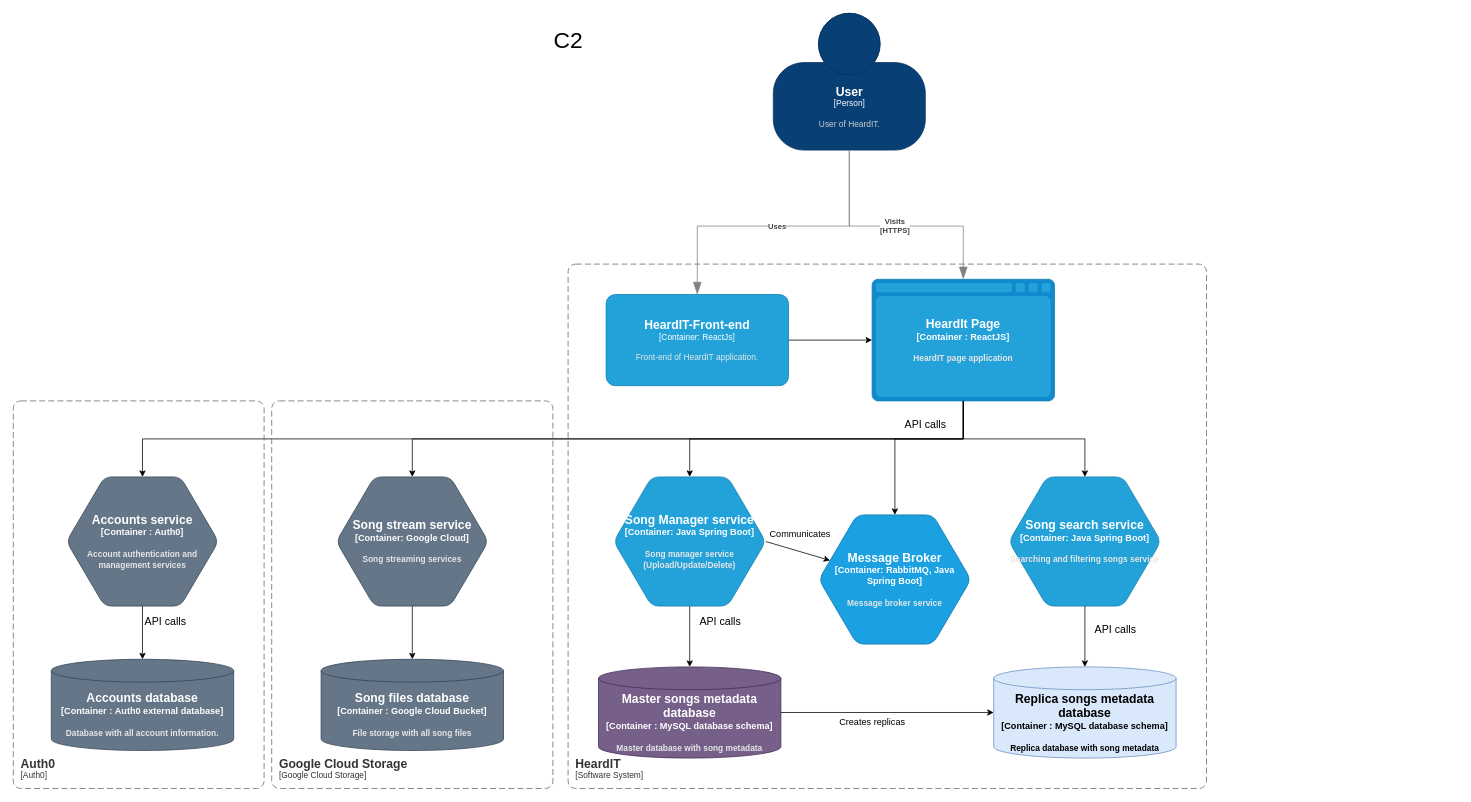
Jumorto/HeardIT keeps this draw.io diagram as Documentation/Diagrams/HeardITArchitecture(5).drawio. Above is the earlier version. Source tidied: cells renumbered, new cells numbered last; positions are measured from the earlier drawing's top-left corner, leaving out a move shared by most shapes. Both pictures are drawn from the tidied source at 76%, with x=0, y=0 at pixel (13, 13).
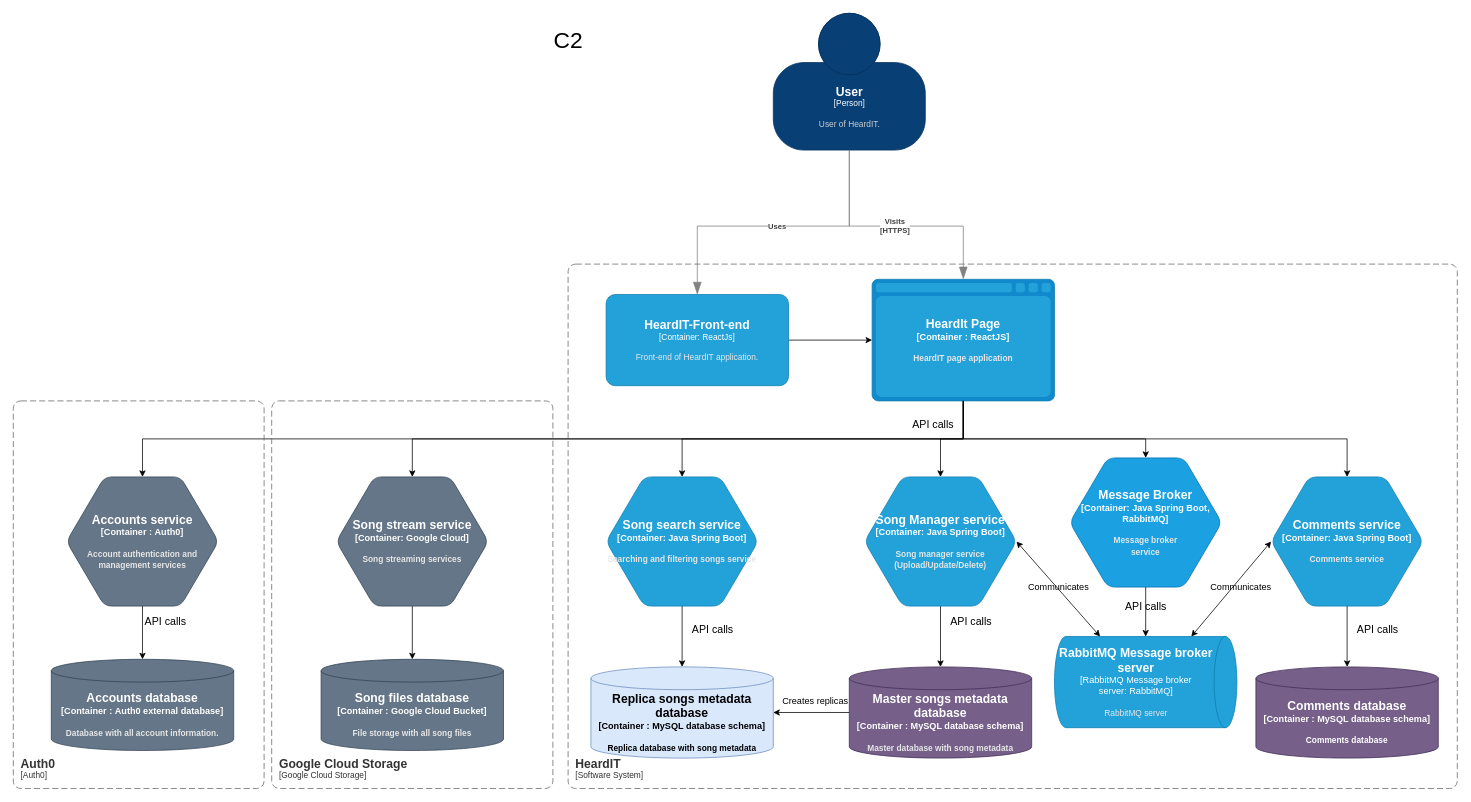
The same diagram, later.

Commit message (it also covers changes not shown here):
Architecture diagrams fixed

Unchanged cells that the change refers to:
```xml
<object id="8" label="&lt;font style=&quot;font-size: 16px&quot;&gt;&lt;b&gt;%c4Type%&lt;/font&gt;&lt;div&gt;[%c4Container%:&amp;nbsp;%c4Technology%]&lt;/div&gt;&lt;br&gt;&lt;div&gt;&lt;font style=&quot;font-size: 11px&quot;&gt;&lt;font color=&quot;#E6E6E6&quot;&gt;%c4Description%&lt;/font&gt;&lt;/div&gt;" c4Container="Container " c4Description="HeardIT page application" c4Technology="ReactJS" c4Type="HeardIt Page" placeholders="1">
  <mxCell style="shape=mxgraph.c4.webBrowserContainer;whiteSpace=wrap;html=1;boundedLbl=1;rounded=0;labelBackgroundColor=none;fillColor=#118ACD;fontSize=12;fontColor=#ffffff;align=center;strokeColor=#0E7DAD;points=[[0.5,0,0],[1,0.25,0],[1,0.5,0],[1,0.75,0],[0.5,1,0],[0,0.75,0],[0,0.5,0],[0,0.25,0]];" parent="1" vertex="1">
    <mxGeometry x="1130" y="350" width="240" height="160" as="geometry" />
  </mxCell>
</object>
```

What changed in the source:
```diff
@@
     <object id="5" label="&lt;font style=&quot;font-size: 16px&quot;&gt;&lt;b&gt;&lt;div style=&quot;text-align: left&quot;&gt;%c4Name%&lt;/div&gt;&lt;/b&gt;&lt;/font&gt;&lt;div style=&quot;text-align: left&quot;&gt;[%c4Application%]&lt;/div&gt;" c4Application="Software System" c4Name="HeardIT" placeholders="1">
       <mxCell style="rounded=1;fontSize=11;whiteSpace=wrap;html=1;dashed=1;arcSize=20;fillColor=none;strokeColor=#666666;fontColor=#333333;labelBackgroundColor=none;align=left;verticalAlign=bottom;labelBorderColor=none;spacingTop=0;spacing=10;dashPattern=8 4;perimeter=rectanglePerimeter;noLabel=0;labelPadding=0;absoluteArcSize=1;" parent="1" vertex="1">
-        <mxGeometry x="730" y="330" width="840" height="690" as="geometry" />
+        <mxGeometry x="730" y="330" width="1170" height="690" as="geometry" />
       </mxCell>
     </object>
@@
-    <mxCell id="16" style="rounded=0;jettySize=auto;html=1;strokeColor=default;jumpStyle=none;exitX=1;exitY=0.5;exitDx=0;exitDy=0;exitPerimeter=0;startArrow=none;startFill=0;" parent="1" edge="1" source="17" target="32">
-      <mxGeometry relative="1" as="geometry" />
-    </mxCell>
     <object id="17" label="&lt;font style=&quot;font-size: 16px&quot;&gt;&lt;b&gt;%c4Type%&lt;/font&gt;&lt;div&gt;[%c4Container%:&amp;nbsp;%c4Technology%]&lt;/div&gt;&lt;br&gt;&lt;div&gt;&lt;font style=&quot;font-size: 11px&quot;&gt;&lt;font color=&quot;#E6E6E6&quot;&gt;%c4Description%&lt;/font&gt;&lt;/div&gt;" c4Container="Container" c4Description="Song manager service (Upload/Update/Delete)" c4Technology="Java Spring Boot" c4Type="Song Manager service" placeholders="1">
       <mxCell style="shape=hexagon;size=50;perimeter=hexagonPerimeter2;whiteSpace=wrap;html=1;fixedSize=1;rounded=1;labelBackgroundColor=none;fillColor=#23A2D9;fontSize=12;fontColor=#ffffff;align=center;strokeColor=#0E7DAD;points=[[0.5,0,0],[1,0.25,0],[1,0.5,0],[1,0.75,0],[0.5,1,0],[0,0.75,0],[0,0.5,0],[0,0.25,0]];" parent="1" vertex="1">
-        <mxGeometry x="790" y="610" width="200" height="170" as="geometry" />
+        <mxGeometry x="1120" y="610" width="200" height="170" as="geometry" />
       </mxCell>
     </object>
     <mxCell id="18" value="&lt;font style=&quot;font-size: 14px;&quot;&gt;API calls&lt;/font&gt;" style="text;html=1;align=center;verticalAlign=middle;strokeColor=none;fillColor=none;fontSize=30;" parent="1" vertex="1">
-      <mxGeometry x="1160" y="510" width="80" height="50" as="geometry" />
+      <mxGeometry x="1170" y="510" width="80" height="50" as="geometry" />
     </mxCell>
@@
     <object id="20" label="&lt;font style=&quot;font-size: 16px&quot;&gt;&lt;b&gt;%c4Type%&lt;/font&gt;&lt;div&gt;[%c4Container%:&amp;nbsp;%c4Technology%]&lt;/div&gt;&lt;br&gt;&lt;div&gt;&lt;font style=&quot;font-size: 11px&quot;&gt;&lt;font color=&quot;#E6E6E6&quot;&gt;%c4Description%&lt;/font&gt;&lt;/div&gt;" c4Container="Container " c4Description="Master database with song metadata" c4Technology="MySQL database schema" c4Type="Master songs metadata database" placeholders="1">
       <mxCell style="shape=cylinder3;size=15;whiteSpace=wrap;html=1;boundedLbl=1;rounded=0;labelBackgroundColor=none;fillColor=#76608a;fontSize=12;align=center;strokeColor=#432D57;points=[[0.5,0,0],[1,0.25,0],[1,0.5,0],[1,0.75,0],[0.5,1,0],[0,0.75,0],[0,0.5,0],[0,0.25,0]];fontColor=#ffffff;" parent="1" vertex="1">
-        <mxGeometry x="770" y="860" width="240" height="120" as="geometry" />
+        <mxGeometry x="1100" y="860" width="240" height="120" as="geometry" />
       </mxCell>
     </object>
@@
     <mxCell id="22" value="&lt;font style=&quot;font-size: 14px;&quot;&gt;API calls&lt;/font&gt;" style="text;html=1;align=center;verticalAlign=middle;strokeColor=none;fillColor=none;fontSize=30;" parent="1" vertex="1">
-      <mxGeometry x="890" y="770" width="80" height="50" as="geometry" />
+      <mxGeometry x="1220" y="770" width="80" height="50" as="geometry" />
     </mxCell>
     <mxCell id="23" value="&lt;font style=&quot;font-size: 14px;&quot;&gt;API calls&lt;/font&gt;" style="text;html=1;align=center;verticalAlign=middle;strokeColor=none;fillColor=none;fontSize=30;" parent="1" vertex="1">
-      <mxGeometry x="1410" y="780" width="80" height="50" as="geometry" />
+      <mxGeometry x="880" y="780" width="80" height="50" as="geometry" />
     </mxCell>
@@
     <object id="26" label="&lt;font style=&quot;font-size: 16px&quot;&gt;&lt;b&gt;%c4Type%&lt;/font&gt;&lt;div&gt;[%c4Container%:&amp;nbsp;%c4Technology%]&lt;/div&gt;&lt;br&gt;&lt;div&gt;&lt;font style=&quot;font-size: 11px&quot;&gt;&lt;font color=&quot;#E6E6E6&quot;&gt;%c4Description%&lt;/font&gt;&lt;/div&gt;" c4Container="Container" c4Description="Searching and filtering songs service " c4Technology="Java Spring Boot" c4Type="Song search service" placeholders="1">
       <mxCell style="shape=hexagon;size=50;perimeter=hexagonPerimeter2;whiteSpace=wrap;html=1;fixedSize=1;rounded=1;labelBackgroundColor=none;fillColor=#23A2D9;fontSize=12;fontColor=#ffffff;align=center;strokeColor=#0E7DAD;points=[[0.5,0,0],[1,0.25,0],[1,0.5,0],[1,0.75,0],[0.5,1,0],[0,0.75,0],[0,0.5,0],[0,0.25,0]];" parent="1" vertex="1">
-        <mxGeometry x="1310" y="610" width="200" height="170" as="geometry" />
+        <mxGeometry x="780" y="610" width="200" height="170" as="geometry" />
       </mxCell>
     </object>
@@
-    <object id="32" label="&lt;font style=&quot;font-size: 16px&quot;&gt;&lt;b&gt;%c4Type%&lt;/font&gt;&lt;div&gt;[%c4Container%:&amp;nbsp;%c4Technology%]&lt;/div&gt;&lt;br&gt;&lt;div&gt;&lt;font style=&quot;font-size: 11px&quot;&gt;&lt;font color=&quot;#E6E6E6&quot;&gt;%c4Description%&lt;/font&gt;&lt;/div&gt;" c4Container="Container" c4Description="Message broker service" c4Technology="RabbitMQ, Java Spring Boot" c4Type="Message Broker" placeholders="1">
-      <mxCell style="shape=hexagon;size=50;perimeter=hexagonPerimeter2;whiteSpace=wrap;html=1;fixedSize=1;rounded=1;labelBackgroundColor=none;fontSize=12;align=center;points=[[0.5,0,0],[1,0.25,0],[1,0.5,0],[1,0.75,0],[0.5,1,0],[0,0.75,0],[0,0.5,0],[0,0.25,0]];fillColor=#1ba1e2;strokeColor=#006EAF;fontColor=#ffffff;" parent="1" vertex="1">
-        <mxGeometry x="1060" y="660" width="200" height="170" as="geometry" />
+    <object id="32" label="&lt;font style=&quot;font-size: 16px&quot;&gt;&lt;span&gt;%c4Type%&lt;/span&gt;&lt;/font&gt;&lt;div&gt;&lt;span&gt;[%c4Container%:&amp;nbsp;%c4Technology%]&lt;/span&gt;&lt;/div&gt;&lt;span&gt;&lt;br&gt;&lt;div&gt;&lt;font style=&quot;font-size: 11px&quot;&gt;&lt;font color=&quot;#E6E6E6&quot;&gt;%c4Description%&lt;/font&gt;&lt;/font&gt;&lt;/div&gt;&lt;/span&gt;" c4Container="Container" c4Description="Message broker &#10;service" c4Technology="Java Spring Boot, RabbitMQ" c4Type="Message Broker" placeholders="1">
+      <mxCell style="shape=hexagon;size=50;perimeter=hexagonPerimeter2;whiteSpace=wrap;html=1;fixedSize=1;rounded=1;labelBackgroundColor=none;fontSize=12;align=center;points=[[0.5,0,0],[1,0.25,0],[1,0.5,0],[1,0.75,0],[0.5,1,0],[0,0.75,0],[0,0.5,0],[0,0.25,0]];fillColor=#1ba1e2;strokeColor=#006EAF;fontColor=#ffffff;verticalAlign=middle;fontStyle=1;" parent="1" vertex="1">
+        <mxGeometry x="1390" y="585" width="200" height="170" as="geometry" />
       </mxCell>
     </object>
     <object id="33" label="&lt;font style=&quot;font-size: 16px&quot;&gt;&lt;b&gt;%c4Type%&lt;/b&gt;&lt;/font&gt;&lt;div&gt;&lt;b&gt;[%c4Container%:&amp;nbsp;%c4Technology%]&lt;/b&gt;&lt;/div&gt;&lt;b&gt;&lt;br&gt;&lt;div&gt;&lt;font style=&quot;font-size: 11px&quot;&gt;&lt;font&gt;%c4Description%&lt;/font&gt;&lt;/font&gt;&lt;/div&gt;&lt;/b&gt;" c4Container="Container " c4Description="Replica database with song metadata" c4Technology="MySQL database schema" c4Type="Replica songs metadata database" placeholders="1">
       <mxCell style="shape=cylinder3;size=15;whiteSpace=wrap;html=1;boundedLbl=1;rounded=0;labelBackgroundColor=none;fontSize=12;align=center;points=[[0.5,0,0],[1,0.25,0],[1,0.5,0],[1,0.75,0],[0.5,1,0],[0,0.75,0],[0,0.5,0],[0,0.25,0]];fillColor=#DAE8FC;strokeColor=#6c8ebf;fontColor=default;" parent="1" vertex="1">
-        <mxGeometry x="1290" y="860" width="240" height="120" as="geometry" />
+        <mxGeometry x="760" y="860" width="240" height="120" as="geometry" />
       </mxCell>
     </object>
-    <mxCell id="34" style="edgeStyle=orthogonalEdgeStyle;rounded=0;jettySize=auto;html=1;exitX=0.5;exitY=1;exitDx=0;exitDy=0;exitPerimeter=0;entryX=0.5;entryY=0;entryDx=0;entryDy=0;entryPerimeter=0;" parent="1" edge="1" source="8" target="32">
-      <mxGeometry relative="1" as="geometry">
-        <Array as="points">
-          <mxPoint x="1250" y="560" />
-          <mxPoint x="1160" y="560" />
-        </Array>
-      </mxGeometry>
-    </mxCell>
-    <mxCell id="35" style="edgeStyle=orthogonalEdgeStyle;rounded=0;jettySize=auto;html=1;exitX=1;exitY=0.5;exitDx=0;exitDy=0;exitPerimeter=0;entryX=0;entryY=0.5;entryDx=0;entryDy=0;entryPerimeter=0;" parent="1" edge="1" source="20" target="33">
-      <mxGeometry relative="1" as="geometry" />
-    </mxCell>
     <mxCell id="36" value="Creates replicas" style="text;html=1;align=center;verticalAlign=middle;strokeColor=none;fillColor=none;" parent="1" vertex="1">
-      <mxGeometry x="1075" y="918" width="110" height="30" as="geometry" />
+      <mxGeometry x="1000" y="890" width="110" height="30" as="geometry" />
     </mxCell>
     <mxCell id="37" value="Communicates" style="text;html=1;align=center;verticalAlign=middle;strokeColor=none;fillColor=none;rounded=0;rotation=0;" parent="1" vertex="1">
-      <mxGeometry x="980" y="670" width="110" height="30" as="geometry" />
+      <mxGeometry x="1320" y="740" width="110" height="30" as="geometry" />
     </mxCell>
+    <mxCell id="38" value="&lt;font style=&quot;font-size: 14px;&quot;&gt;API calls&lt;/font&gt;" style="text;html=1;align=center;verticalAlign=middle;strokeColor=none;fillColor=none;fontSize=30;" parent="1" vertex="1">
+      <mxGeometry x="1755" y="780" width="80" height="50" as="geometry" />
+    </mxCell>
+    <object id="39" label="&lt;font style=&quot;font-size: 16px&quot;&gt;&lt;b&gt;%c4Type%&lt;/font&gt;&lt;div&gt;[%c4Container%:&amp;nbsp;%c4Technology%]&lt;/div&gt;&lt;br&gt;&lt;div&gt;&lt;font style=&quot;font-size: 11px&quot;&gt;&lt;font color=&quot;#E6E6E6&quot;&gt;%c4Description%&lt;/font&gt;&lt;/div&gt;" c4Container="Container" c4Description="Comments service " c4Technology="Java Spring Boot" c4Type="Comments service" placeholders="1">
+      <mxCell style="shape=hexagon;size=50;perimeter=hexagonPerimeter2;whiteSpace=wrap;html=1;fixedSize=1;rounded=1;labelBackgroundColor=none;fillColor=#23A2D9;fontSize=12;fontColor=#ffffff;align=center;strokeColor=#0E7DAD;points=[[0.5,0,0],[1,0.25,0],[1,0.5,0],[1,0.75,0],[0.5,1,0],[0,0.75,0],[0,0.5,0],[0,0.25,0]];" parent="1" vertex="1">
+        <mxGeometry x="1655" y="610" width="200" height="170" as="geometry" />
+      </mxCell>
+    </object>
+    <mxCell id="40" style="edgeStyle=orthogonalEdgeStyle;rounded=0;jettySize=auto;html=1;exitX=0.5;exitY=1;exitDx=0;exitDy=0;exitPerimeter=0;entryX=0.5;entryY=0;entryDx=0;entryDy=0;entryPerimeter=0;" parent="1" edge="1" source="39" target="41">
+      <mxGeometry relative="1" as="geometry" />
+    </mxCell>
+    <object id="41" label="&lt;font style=&quot;font-size: 16px&quot;&gt;&lt;b&gt;%c4Type%&lt;/b&gt;&lt;/font&gt;&lt;div&gt;&lt;b&gt;[%c4Container%:&amp;nbsp;%c4Technology%]&lt;/b&gt;&lt;/div&gt;&lt;b&gt;&lt;br&gt;&lt;div&gt;&lt;font style=&quot;font-size: 11px&quot;&gt;&lt;font&gt;%c4Description%&lt;/font&gt;&lt;/font&gt;&lt;/div&gt;&lt;/b&gt;" c4Container="Container " c4Description="Comments database" c4Technology="MySQL database schema" c4Type="Comments database" placeholders="1">
+      <mxCell style="shape=cylinder3;size=15;whiteSpace=wrap;html=1;boundedLbl=1;rounded=0;labelBackgroundColor=none;fontSize=12;align=center;points=[[0.5,0,0],[1,0.25,0],[1,0.5,0],[1,0.75,0],[0.5,1,0],[0,0.75,0],[0,0.5,0],[0,0.25,0]];fillColor=#76608a;strokeColor=#432D57;fontColor=#ffffff;" parent="1" vertex="1">
+        <mxGeometry x="1635" y="860" width="240" height="120" as="geometry" />
+      </mxCell>
+    </object>
+    <mxCell id="35" style="edgeStyle=orthogonalEdgeStyle;rounded=0;jettySize=auto;html=1;exitX=0;exitY=0.5;exitDx=0;exitDy=0;exitPerimeter=0;entryX=1;entryY=0.5;entryDx=0;entryDy=0;entryPerimeter=0;" parent="1" edge="1" source="20" target="33">
+      <mxGeometry relative="1" as="geometry" />
+    </mxCell>
+    <mxCell id="42" style="edgeStyle=orthogonalEdgeStyle;rounded=0;jettySize=auto;html=1;exitX=0.5;exitY=1;exitDx=0;exitDy=0;exitPerimeter=0;entryX=0.5;entryY=0;entryDx=0;entryDy=0;entryPerimeter=0;" parent="1" edge="1" source="8" target="39">
+      <mxGeometry relative="1" as="geometry" />
+    </mxCell>
+    <mxCell id="43" value="Communicates" style="text;html=1;align=center;verticalAlign=middle;strokeColor=none;fillColor=none;rounded=0;rotation=0;" parent="1" vertex="1">
+      <mxGeometry x="1560" y="740" width="110" height="30" as="geometry" />
+    </mxCell>
+    <mxCell id="34" style="edgeStyle=orthogonalEdgeStyle;rounded=0;jettySize=auto;html=1;exitX=0.5;exitY=1;exitDx=0;exitDy=0;exitPerimeter=0;entryX=0.5;entryY=0;entryDx=0;entryDy=0;entryPerimeter=0;" parent="1" edge="1" source="8" target="32">
+      <mxGeometry relative="1" as="geometry">
+        <Array as="points">
+          <mxPoint x="1250" y="560" />
+          <mxPoint x="1490" y="560" />
+        </Array>
+      </mxGeometry>
+    </mxCell>
+    <object id="44" label="&lt;font style=&quot;font-size: 16px&quot;&gt;&lt;b&gt;%c4Name%&lt;/b&gt;&lt;/font&gt;&lt;div&gt;[%c4Type%:&amp;nbsp;%c4Technology%]&lt;/div&gt;&lt;br&gt;&lt;div&gt;&lt;font style=&quot;font-size: 11px&quot;&gt;&lt;font color=&quot;#E6E6E6&quot;&gt;%c4Description%&lt;/font&gt;&lt;/div&gt;" c4Description="RabbitMQ server" c4Name="RabbitMQ Message broker server" c4Technology="RabbitMQ" c4Type="RabbitMQ Message broker server" placeholders="1">
+      <mxCell style="shape=cylinder3;size=15;direction=south;whiteSpace=wrap;html=1;boundedLbl=1;rounded=0;labelBackgroundColor=none;fillColor=#23A2D9;fontSize=12;fontColor=#ffffff;align=center;strokeColor=#0E7DAD;points=[[0.5,0,0],[1,0.25,0],[1,0.5,0],[1,0.75,0],[0.5,1,0],[0,0.75,0],[0,0.5,0],[0,0.25,0]];" parent="1" vertex="1">
+        <mxGeometry x="1370" y="820" width="240" height="120" as="geometry" />
+      </mxCell>
+    </object>
+    <mxCell id="45" style="rounded=0;jettySize=auto;html=1;exitX=1;exitY=0.5;exitDx=0;exitDy=0;exitPerimeter=0;entryX=0;entryY=0.75;entryDx=0;entryDy=0;entryPerimeter=0;startArrow=classic;startFill=1;" parent="1" edge="1" source="17" target="44">
+      <mxGeometry relative="1" as="geometry" />
+    </mxCell>
+    <mxCell id="46" style="rounded=0;jettySize=auto;html=1;exitX=0;exitY=0.5;exitDx=0;exitDy=0;exitPerimeter=0;entryX=0;entryY=0.25;entryDx=0;entryDy=0;entryPerimeter=0;startArrow=classic;startFill=1;" parent="1" edge="1" source="39" target="44">
+      <mxGeometry relative="1" as="geometry" />
+    </mxCell>
+    <mxCell id="47" style="edgeStyle=orthogonalEdgeStyle;rounded=0;jettySize=auto;html=1;exitX=0.5;exitY=1;exitDx=0;exitDy=0;exitPerimeter=0;entryX=0;entryY=0.5;entryDx=0;entryDy=0;entryPerimeter=0;" parent="1" edge="1" source="32" target="44">
+      <mxGeometry relative="1" as="geometry" />
+    </mxCell>
+    <mxCell id="48" value="&lt;font style=&quot;font-size: 14px;&quot;&gt;API calls&lt;/font&gt;" style="text;html=1;align=center;verticalAlign=middle;strokeColor=none;fillColor=none;fontSize=30;" parent="1" vertex="1">
+      <mxGeometry x="1450" y="750" width="80" height="50" as="geometry" />
+    </mxCell>
```
